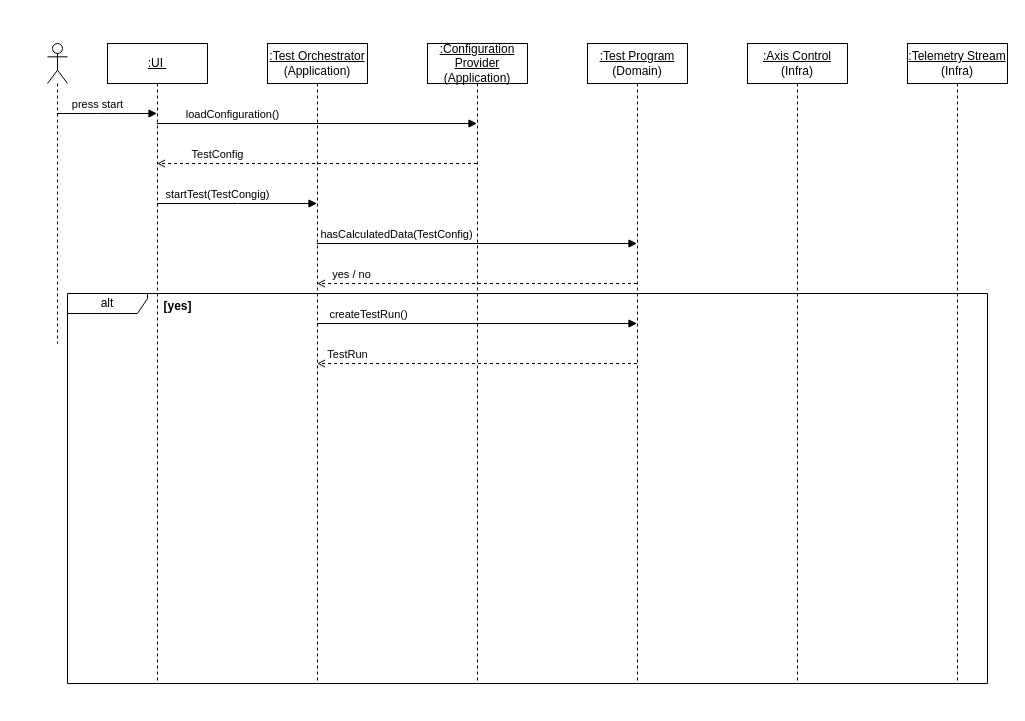
This is page "ДП - Запуск испытания" (5 of 5) of docs/diagrams/analytics-artifacts.drawio from TarkWight/uas-test-system, a draw.io file, before an edit. Source tidied: cells renumbered, new cells numbered last; positions are measured from the earlier drawing's top-left corner, leaving out a move shared by most shapes. Both pictures are drawn from the tidied source at 100%, with x=0, y=0 at pixel (47, 43).
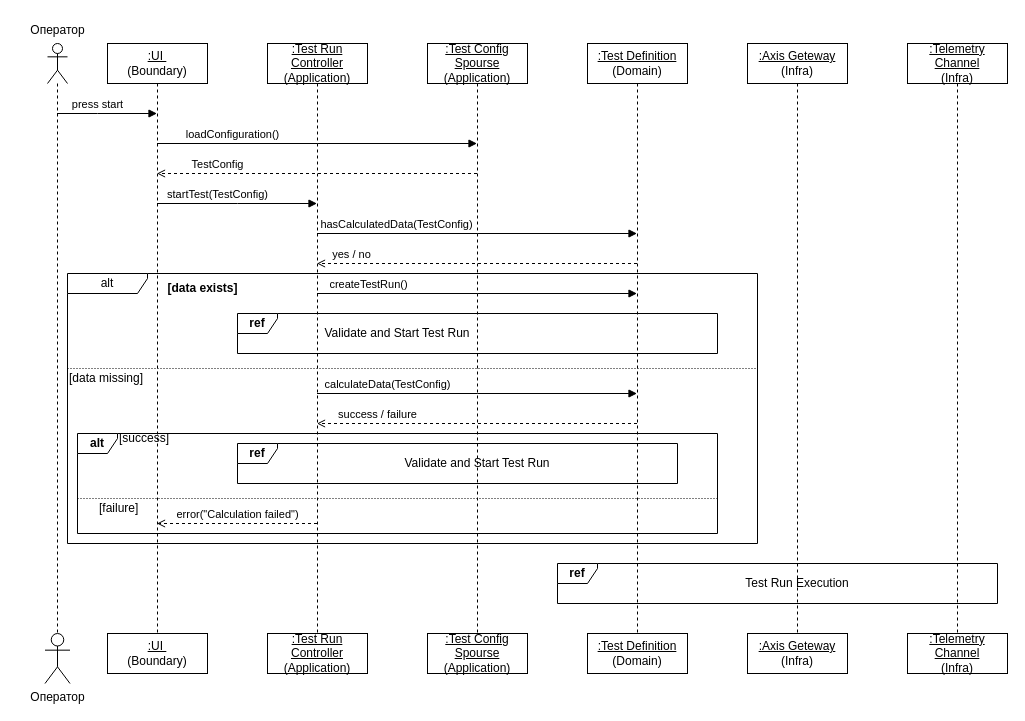
Above is the later version.

Commit message:
? update SeqD: finish `test run` sequence | todo: add refs

-- validate and start test run
-- test run execution

Unchanged cells that the change refers to:
```xml
<mxCell id="7" style="edgeStyle=orthogonalEdgeStyle;rounded=0;jettySize=auto;html=1;curved=0;endArrow=block;endFill=1;" parent="1" edge="1" source="9" target="16">
  <mxGeometry relative="1" as="geometry">
    <Array as="points">
      <mxPoint x="190" y="160" />
      <mxPoint x="190" y="160" />
    </Array>
  </mxGeometry>
</mxCell>
```

What changed in the source:
```diff
@@
     <mxCell id="4" style="shape=umlLifeline;perimeter=lifelinePerimeter;whiteSpace=wrap;html=1;outlineConnect=0;portConstraint=eastwest;newEdgeStyle={&quot;curved&quot;:0,&quot;rounded&quot;:0};participant=umlActor;" parent="1" vertex="1">
-      <mxGeometry width="20" height="300" as="geometry" />
+      <mxGeometry width="20" height="590" as="geometry" />
     </mxCell>
     <mxCell id="5" style="edgeStyle=orthogonalEdgeStyle;rounded=0;jettySize=auto;html=1;curved=0;endArrow=block;endFill=1;" parent="1" edge="1" source="9" target="17">
       <mxGeometry relative="1" as="geometry">
         <Array as="points">
-          <mxPoint x="270" y="80" />
-          <mxPoint x="270" y="80" />
+          <mxPoint x="270" y="100" />
+          <mxPoint x="270" y="100" />
         </Array>
       </mxGeometry>
     </mxCell>
@@
-    <mxCell id="8" value="startTest(TestCongig)" style="edgeLabel;html=1;align=center;verticalAlign=middle;" parent="7" vertex="1">
+    <mxCell id="8" value="startTest(TestConfig)" style="edgeLabel;html=1;align=center;verticalAlign=middle;" parent="7" vertex="1">
       <mxGeometry x="-0.68" relative="1" as="geometry">
         <mxPoint x="34" y="-10" as="offset" />
       </mxGeometry>
     </mxCell>
-    <mxCell id="9" value="&lt;u&gt;:UI&amp;nbsp;&lt;/u&gt;" style="shape=umlLifeline;perimeter=lifelinePerimeter;whiteSpace=wrap;html=1;outlineConnect=0;portConstraint=eastwest;newEdgeStyle={&quot;curved&quot;:0,&quot;rounded&quot;:0};" parent="1" vertex="1">
-      <mxGeometry x="60" width="100" height="640" as="geometry" />
+    <mxCell id="9" value="&lt;u&gt;:UI&amp;nbsp;&lt;/u&gt;&lt;br&gt;(Boundary)" style="shape=umlLifeline;perimeter=lifelinePerimeter;whiteSpace=wrap;html=1;outlineConnect=0;portConstraint=eastwest;newEdgeStyle={&quot;curved&quot;:0,&quot;rounded&quot;:0};" parent="1" vertex="1">
+      <mxGeometry x="60" width="100" height="590" as="geometry" />
     </mxCell>
     <mxCell id="10" style="edgeStyle=orthogonalEdgeStyle;rounded=0;jettySize=auto;html=1;curved=0;dashed=1;endArrow=open;endFill=0;" parent="1" edge="1" source="17" target="9">
       <mxGeometry relative="1" as="geometry">
         <Array as="points">
-          <mxPoint x="270" y="120" />
-          <mxPoint x="270" y="120" />
+          <mxPoint x="270" y="130" />
+          <mxPoint x="270" y="130" />
         </Array>
       </mxGeometry>
     </mxCell>
@@
     <mxCell id="12" style="edgeStyle=orthogonalEdgeStyle;rounded=0;jettySize=auto;html=1;curved=0;endArrow=block;endFill=1;" parent="1" edge="1" source="16" target="23">
       <mxGeometry relative="1" as="geometry">
         <Array as="points">
-          <mxPoint x="430" y="200" />
-          <mxPoint x="430" y="200" />
+          <mxPoint x="430" y="190" />
+          <mxPoint x="430" y="190" />
         </Array>
       </mxGeometry>
     </mxCell>
@@
     <mxCell id="14" style="edgeStyle=orthogonalEdgeStyle;rounded=0;jettySize=auto;html=1;curved=0;endArrow=block;endFill=1;" parent="1" edge="1" source="16" target="23">
       <mxGeometry relative="1" as="geometry">
         <Array as="points">
-          <mxPoint x="430" y="280" />
-          <mxPoint x="430" y="280" />
+          <mxPoint x="430" y="250" />
+          <mxPoint x="430" y="250" />
         </Array>
       </mxGeometry>
     </mxCell>
@@
+    <mxCell id="27" style="edgeStyle=orthogonalEdgeStyle;rounded=0;jettySize=auto;html=1;curved=0;endArrow=open;endFill=0;dashed=1;" parent="1" edge="1" source="16" target="9">
+      <mxGeometry relative="1" as="geometry">
+        <Array as="points">
+          <mxPoint x="190" y="480" />
+          <mxPoint x="190" y="480" />
+        </Array>
+      </mxGeometry>
+    </mxCell>
+    <mxCell id="28" value="error(&quot;Calculation failed&quot;)" style="edgeLabel;html=1;align=center;verticalAlign=middle;" parent="27" vertex="1">
+      <mxGeometry x="0.67" y="-3" relative="1" as="geometry">
+        <mxPoint x="54" y="-7" as="offset" />
+      </mxGeometry>
+    </mxCell>
-    <mxCell id="16" value="&lt;u&gt;:Test Orchestrator&lt;/u&gt;&lt;div&gt;&lt;span style=&quot;background-color: transparent; color: light-dark(rgb(0, 0, 0), rgb(255, 255, 255));&quot;&gt;(Application)&lt;/span&gt;&lt;/div&gt;" style="shape=umlLifeline;perimeter=lifelinePerimeter;whiteSpace=wrap;html=1;outlineConnect=0;portConstraint=eastwest;newEdgeStyle={&quot;curved&quot;:0,&quot;rounded&quot;:0};" parent="1" vertex="1">
-      <mxGeometry x="220" width="100" height="640" as="geometry" />
+    <mxCell id="16" value="&lt;u&gt;:Test Run Controller&lt;/u&gt;&lt;div&gt;&lt;span style=&quot;background-color: transparent; color: light-dark(rgb(0, 0, 0), rgb(255, 255, 255));&quot;&gt;(Application)&lt;/span&gt;&lt;/div&gt;" style="shape=umlLifeline;perimeter=lifelinePerimeter;whiteSpace=wrap;html=1;outlineConnect=0;portConstraint=eastwest;newEdgeStyle={&quot;curved&quot;:0,&quot;rounded&quot;:0};" parent="1" vertex="1">
+      <mxGeometry x="220" width="100" height="590" as="geometry" />
     </mxCell>
-    <mxCell id="17" value="&lt;u&gt;:Configuration Provider&lt;/u&gt;&lt;div&gt;&lt;span style=&quot;background-color: transparent; color: light-dark(rgb(0, 0, 0), rgb(255, 255, 255));&quot;&gt;(Application)&lt;/span&gt;&lt;/div&gt;" style="shape=umlLifeline;perimeter=lifelinePerimeter;whiteSpace=wrap;html=1;outlineConnect=0;portConstraint=eastwest;newEdgeStyle={&quot;curved&quot;:0,&quot;rounded&quot;:0};" parent="1" vertex="1">
-      <mxGeometry x="380" width="100" height="640" as="geometry" />
+    <mxCell id="17" value="&lt;u&gt;:Test Config Spourse&lt;/u&gt;&lt;div&gt;&lt;span style=&quot;background-color: transparent; color: light-dark(rgb(0, 0, 0), rgb(255, 255, 255));&quot;&gt;(Application)&lt;/span&gt;&lt;/div&gt;" style="shape=umlLifeline;perimeter=lifelinePerimeter;whiteSpace=wrap;html=1;outlineConnect=0;portConstraint=eastwest;newEdgeStyle={&quot;curved&quot;:0,&quot;rounded&quot;:0};" parent="1" vertex="1">
+      <mxGeometry x="380" width="100" height="590" as="geometry" />
     </mxCell>
     <mxCell id="18" style="edgeStyle=orthogonalEdgeStyle;rounded=0;jettySize=auto;html=1;curved=0;dashed=1;endArrow=open;endFill=0;" parent="1" edge="1" source="23" target="16">
       <mxGeometry relative="1" as="geometry">
         <Array as="points">
-          <mxPoint x="410" y="240" />
-          <mxPoint x="410" y="240" />
+          <mxPoint x="430" y="220" />
+          <mxPoint x="430" y="220" />
         </Array>
       </mxGeometry>
     </mxCell>
@@
-    <mxCell id="20" value="&lt;u&gt;:Axis Control&lt;/u&gt;&lt;div&gt;&lt;span style=&quot;background-color: transparent; color: light-dark(rgb(0, 0, 0), rgb(255, 255, 255));&quot;&gt;(Infra)&lt;/span&gt;&lt;/div&gt;" style="shape=umlLifeline;perimeter=lifelinePerimeter;whiteSpace=wrap;html=1;newEdgeStyle={&quot;curved&quot;:0,&quot;rounded&quot;:0};" parent="1" vertex="1">
-      <mxGeometry x="700" width="100" height="640" as="geometry" />
+    <mxCell id="20" value="&lt;u&gt;:Axis Geteway&lt;/u&gt;&lt;div&gt;&lt;span style=&quot;background-color: transparent; color: light-dark(rgb(0, 0, 0), rgb(255, 255, 255));&quot;&gt;(Infra)&lt;/span&gt;&lt;/div&gt;" style="shape=umlLifeline;perimeter=lifelinePerimeter;whiteSpace=wrap;html=1;newEdgeStyle={&quot;curved&quot;:0,&quot;rounded&quot;:0};" parent="1" vertex="1">
+      <mxGeometry x="700" width="100" height="590" as="geometry" />
     </mxCell>
-    <mxCell id="21" value="&lt;u&gt;:Telemetry Stream&lt;/u&gt;&lt;div&gt;&lt;span style=&quot;background-color: transparent; color: light-dark(rgb(0, 0, 0), rgb(255, 255, 255));&quot;&gt;(Infra)&lt;/span&gt;&lt;/div&gt;" style="shape=umlLifeline;perimeter=lifelinePerimeter;whiteSpace=wrap;html=1;newEdgeStyle={&quot;curved&quot;:0,&quot;rounded&quot;:0};" parent="1" vertex="1">
-      <mxGeometry x="860" width="100" height="640" as="geometry" />
+    <mxCell id="21" value="&lt;u&gt;:Telemetry Channel&lt;/u&gt;&lt;div&gt;&lt;span style=&quot;background-color: transparent; color: light-dark(rgb(0, 0, 0), rgb(255, 255, 255));&quot;&gt;(Infra)&lt;/span&gt;&lt;/div&gt;" style="shape=umlLifeline;perimeter=lifelinePerimeter;whiteSpace=wrap;html=1;newEdgeStyle={&quot;curved&quot;:0,&quot;rounded&quot;:0};" parent="1" vertex="1">
+      <mxGeometry x="860" width="100" height="590" as="geometry" />
     </mxCell>
     <mxCell id="22" value="alt" style="shape=umlFrame;whiteSpace=wrap;html=1;width=80;height=20;" parent="1" vertex="1">
-      <mxGeometry x="20" y="250" width="920" height="390" as="geometry" />
+      <mxGeometry x="20" y="230" width="690" height="270" as="geometry" />
     </mxCell>
-    <mxCell id="23" value="&lt;u&gt;:Test Program&lt;/u&gt;&lt;div&gt;&lt;span style=&quot;background-color: transparent; color: light-dark(rgb(0, 0, 0), rgb(255, 255, 255));&quot;&gt;(Domain)&lt;/span&gt;&lt;/div&gt;" style="shape=umlLifeline;perimeter=lifelinePerimeter;whiteSpace=wrap;html=1;outlineConnect=0;portConstraint=eastwest;newEdgeStyle={&quot;curved&quot;:0,&quot;rounded&quot;:0};" parent="22" vertex="1">
-      <mxGeometry x="520" y="-250" width="100" height="640" as="geometry" />
-    </mxCell>
-    <mxCell id="24" value="&lt;b&gt;[yes]&lt;/b&gt;" style="text;html=1;align=center;verticalAlign=middle;strokeColor=none;fillColor=none;" parent="1" vertex="1">
-      <mxGeometry x="105" y="248" width="50" height="30" as="geometry" />
+    <mxCell id="24" value="&lt;b&gt;[data exists]&lt;/b&gt;" style="text;html=1;align=center;verticalAlign=middle;strokeColor=none;fillColor=none;" parent="22" vertex="1">
+      <mxGeometry x="90" width="90" height="30" as="geometry" />
     </mxCell>
+    <mxCell id="29" value="&lt;b&gt;ref&lt;/b&gt;" style="shape=umlFrame;whiteSpace=wrap;html=1;width=40;height=20;" parent="22" vertex="1">
+      <mxGeometry x="170" y="40" width="480" height="40" as="geometry" />
+    </mxCell>
+    <mxCell id="30" value="&lt;span style=&quot;text-align: left;&quot;&gt;Validate and Start Test Run&lt;/span&gt;" style="text;html=1;whiteSpace=wrap;strokeColor=none;fillColor=none;align=center;verticalAlign=middle;rounded=0;" parent="29" vertex="1">
+      <mxGeometry x="85" y="5" width="150" height="30" as="geometry" />
+    </mxCell>
+    <mxCell id="31" style="line;strokeWidth=1;fillColor=none;align=left;verticalAlign=middle;spacingTop=-1;spacingLeft=3;spacingRight=3;labelPosition=right;strokeColor=inherit;dashed=1;dashPattern=1 2;" parent="22" vertex="1">
+      <mxGeometry y="90" width="690" height="10" as="geometry" />
+    </mxCell>
+    <mxCell id="32" value="[data missing]" style="text;whiteSpace=wrap;verticalAlign=middle;" parent="22" vertex="1">
+      <mxGeometry y="100" width="80" height="10" as="geometry" />
+    </mxCell>
+    <mxCell id="33" value="&lt;b&gt;alt&lt;/b&gt;" style="shape=umlFrame;whiteSpace=wrap;html=1;width=40;height=20;" parent="22" vertex="1">
+      <mxGeometry x="10" y="160" width="640" height="100" as="geometry" />
+    </mxCell>
+    <mxCell id="34" value="[success]" style="text;verticalAlign=middle;textShadow=0;whiteSpace=wrap;html=1;" parent="33" vertex="1">
+      <mxGeometry x="40" width="60" height="10" as="geometry" />
+    </mxCell>
+    <mxCell id="35" style="line;strokeWidth=1;fillColor=none;align=left;verticalAlign=middle;spacingTop=-1;spacingLeft=3;spacingRight=3;labelPosition=right;strokeColor=inherit;dashed=1;dashPattern=1 2;" parent="33" vertex="1">
+      <mxGeometry y="60" width="640" height="10" as="geometry" />
+    </mxCell>
+    <mxCell id="36" value="[failure]" style="text;whiteSpace=wrap;verticalAlign=middle;html=1;" parent="33" vertex="1">
+      <mxGeometry x="20" y="70" width="60" height="10" as="geometry" />
+    </mxCell>
+    <mxCell id="37" value="&lt;b&gt;ref&lt;/b&gt;" style="shape=umlFrame;whiteSpace=wrap;html=1;width=40;height=20;" parent="33" vertex="1">
+      <mxGeometry x="160" y="10" width="440" height="40" as="geometry" />
+    </mxCell>
+    <mxCell id="38" value="&lt;span style=&quot;text-align: left;&quot;&gt;Validate and Start Test Run&lt;/span&gt;" style="text;html=1;whiteSpace=wrap;strokeColor=none;fillColor=none;align=center;verticalAlign=middle;rounded=0;" parent="37" vertex="1">
+      <mxGeometry x="165" y="5" width="150" height="30" as="geometry" />
+    </mxCell>
     <mxCell id="25" style="edgeStyle=orthogonalEdgeStyle;rounded=0;jettySize=auto;html=1;curved=0;dashed=1;endArrow=open;endFill=0;" parent="1" edge="1" source="23" target="16">
-      <mxGeometry relative="1" as="geometry" />
+      <mxGeometry relative="1" as="geometry">
+        <Array as="points">
+          <mxPoint x="430" y="380" />
+          <mxPoint x="430" y="380" />
+        </Array>
+      </mxGeometry>
     </mxCell>
-    <mxCell id="26" value="TestRun" style="edgeLabel;html=1;align=center;verticalAlign=middle;" parent="25" vertex="1">
+    <mxCell id="26" value="success / failure" style="edgeLabel;html=1;align=center;verticalAlign=middle;" parent="25" vertex="1">
       <mxGeometry x="0.85" y="1" relative="1" as="geometry">
-        <mxPoint x="6" y="-11" as="offset" />
+        <mxPoint x="36" y="-11" as="offset" />
       </mxGeometry>
     </mxCell>
+    <mxCell id="23" value="&lt;u&gt;:Test Definition&lt;/u&gt;&lt;div&gt;&lt;span style=&quot;background-color: transparent; color: light-dark(rgb(0, 0, 0), rgb(255, 255, 255));&quot;&gt;(Domain)&lt;/span&gt;&lt;/div&gt;" style="shape=umlLifeline;perimeter=lifelinePerimeter;whiteSpace=wrap;html=1;outlineConnect=0;portConstraint=eastwest;newEdgeStyle={&quot;curved&quot;:0,&quot;rounded&quot;:0};" parent="1" vertex="1">
+      <mxGeometry x="540" width="100" height="590" as="geometry" />
+    </mxCell>
+    <mxCell id="39" style="edgeStyle=orthogonalEdgeStyle;rounded=0;jettySize=auto;html=1;curved=0;endArrow=block;endFill=1;" parent="1" edge="1" source="16" target="23">
+      <mxGeometry relative="1" as="geometry">
+        <Array as="points">
+          <mxPoint x="430" y="350" />
+          <mxPoint x="430" y="350" />
+        </Array>
+      </mxGeometry>
+    </mxCell>
+    <mxCell id="40" value="calculateData(TestConfig)" style="edgeLabel;html=1;align=center;verticalAlign=middle;" parent="39" vertex="1">
+      <mxGeometry x="-0.81" y="3" relative="1" as="geometry">
+        <mxPoint x="40" y="-7" as="offset" />
+      </mxGeometry>
+    </mxCell>
+    <mxCell id="41" value="&lt;b&gt;ref&lt;/b&gt;" style="shape=umlFrame;whiteSpace=wrap;html=1;width=40;height=20;" parent="1" vertex="1">
+      <mxGeometry x="510" y="520" width="440" height="40" as="geometry" />
+    </mxCell>
+    <mxCell id="42" value="Test Run Execution" style="text;strokeColor=none;fillColor=none;align=center;verticalAlign=middle;rounded=0;whiteSpace=wrap;" parent="41" vertex="1">
+      <mxGeometry x="165" y="5" width="150" height="30" as="geometry" />
+    </mxCell>
+    <mxCell id="43" value="&lt;u&gt;:Test Run Controller&lt;/u&gt;&lt;div&gt;&lt;span style=&quot;background-color: transparent; color: light-dark(rgb(0, 0, 0), rgb(255, 255, 255));&quot;&gt;(Application)&lt;/span&gt;&lt;/div&gt;" style="html=1;whiteSpace=wrap;" parent="1" vertex="1">
+      <mxGeometry x="220" y="590" width="100" height="40" as="geometry" />
+    </mxCell>
+    <mxCell id="44" value="&lt;u&gt;:Test Config Spourse&lt;/u&gt;&lt;div&gt;&lt;span style=&quot;background-color: transparent; color: light-dark(rgb(0, 0, 0), rgb(255, 255, 255));&quot;&gt;(Application)&lt;/span&gt;&lt;/div&gt;" style="html=1;whiteSpace=wrap;" parent="1" vertex="1">
+      <mxGeometry x="380" y="590" width="100" height="40" as="geometry" />
+    </mxCell>
+    <mxCell id="45" value="&lt;u&gt;:Test Definition&lt;/u&gt;&lt;div&gt;&lt;span style=&quot;background-color: transparent; color: light-dark(rgb(0, 0, 0), rgb(255, 255, 255));&quot;&gt;(Domain)&lt;/span&gt;&lt;/div&gt;" style="html=1;whiteSpace=wrap;" parent="1" vertex="1">
+      <mxGeometry x="540" y="590" width="100" height="40" as="geometry" />
+    </mxCell>
+    <mxCell id="46" value="&lt;u&gt;:Axis Geteway&lt;/u&gt;&lt;div&gt;&lt;span style=&quot;background-color: transparent; color: light-dark(rgb(0, 0, 0), rgb(255, 255, 255));&quot;&gt;(Infra)&lt;/span&gt;&lt;/div&gt;" style="html=1;whiteSpace=wrap;" parent="1" vertex="1">
+      <mxGeometry x="700" y="590" width="100" height="40" as="geometry" />
+    </mxCell>
+    <mxCell id="47" value="&lt;u&gt;:Telemetry Channel&lt;/u&gt;&lt;div&gt;&lt;span style=&quot;background-color: transparent; color: light-dark(rgb(0, 0, 0), rgb(255, 255, 255));&quot;&gt;(Infra)&lt;/span&gt;&lt;/div&gt;" style="html=1;whiteSpace=wrap;" parent="1" vertex="1">
+      <mxGeometry x="860" y="590" width="100" height="40" as="geometry" />
+    </mxCell>
+    <mxCell id="48" value="&lt;u&gt;:UI&amp;nbsp;&lt;/u&gt;&lt;br&gt;(Boundary)" style="html=1;whiteSpace=wrap;" parent="1" vertex="1">
+      <mxGeometry x="60" y="590" width="100" height="40" as="geometry" />
+    </mxCell>
+    <mxCell id="49" value="Оператор" style="shape=umlActor;verticalLabelPosition=bottom;verticalAlign=top;html=1;" parent="1" vertex="1">
+      <mxGeometry x="-2.5" y="590" width="25" height="50" as="geometry" />
+    </mxCell>
+    <mxCell id="50" value="&lt;span style=&quot;font-weight: normal;&quot;&gt;Оператор&lt;/span&gt;" style="text;align=center;fontStyle=1;verticalAlign=middle;spacingLeft=3;spacingRight=3;strokeColor=none;html=1;" parent="1" vertex="1">
+      <mxGeometry x="-30" y="-26" width="80" height="26" as="geometry" />
+    </mxCell>
```
